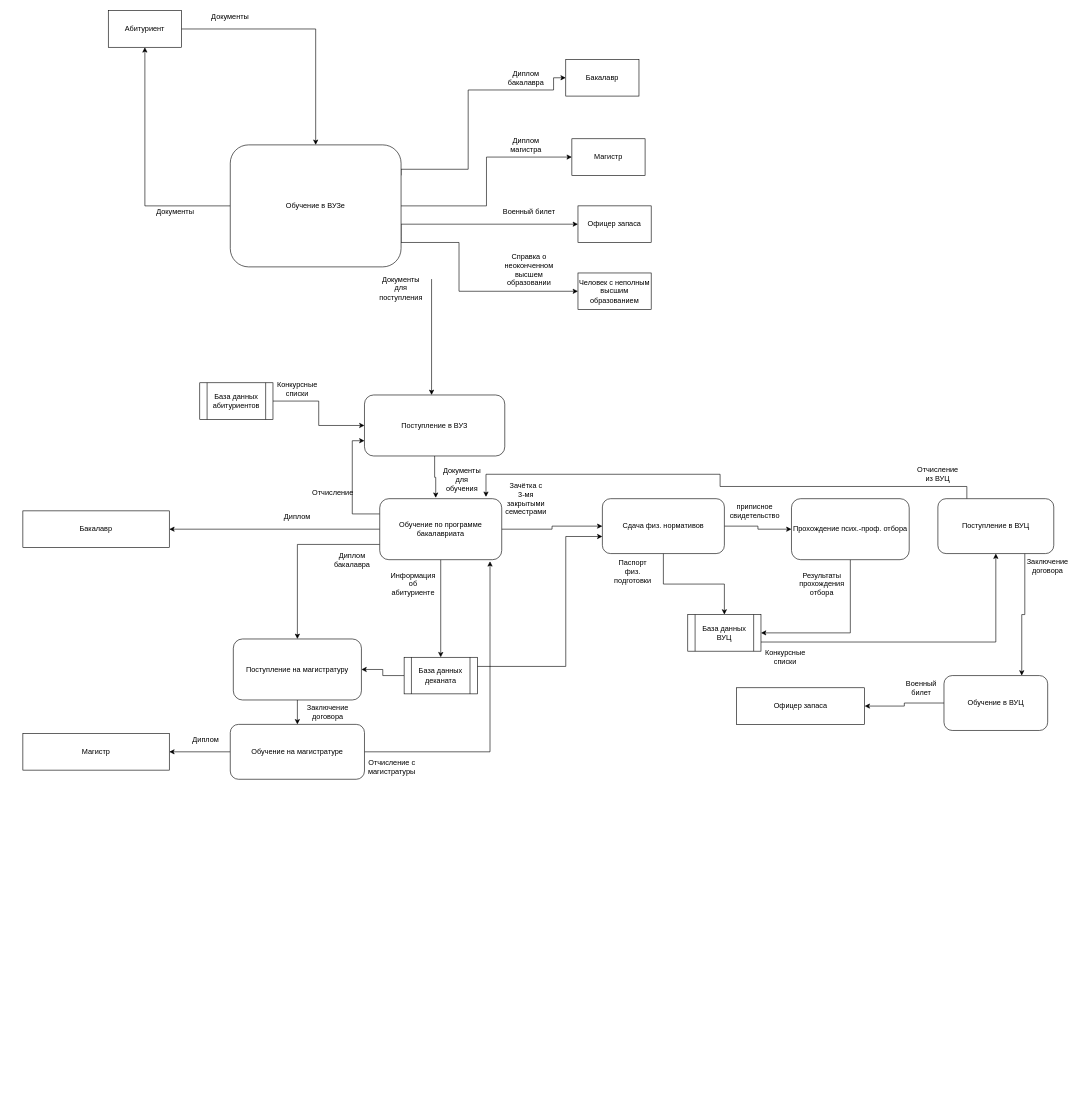
Earlier version of the draw.io diagram DFD.drawio (duxa2089/system-theory-and-system-analysis). Source tidied: cells renumbered, new cells numbered last; positions are measured from the earlier drawing's top-left corner, leaving out a move shared by most shapes. Both pictures are drawn from the tidied source at 61%, with x=0, y=0 at pixel (23, 10).
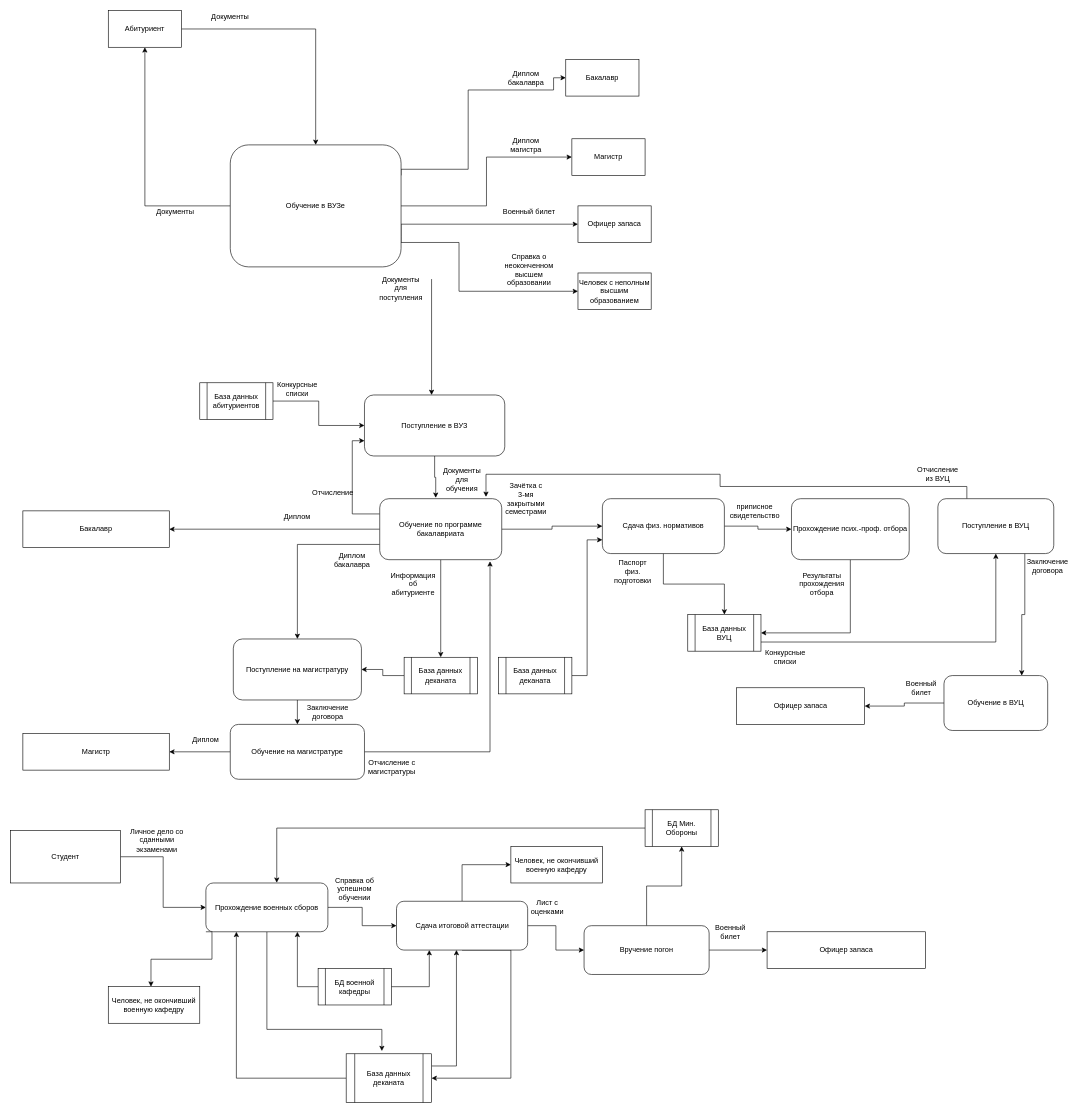
Above is the later version.

The change refers to these unchanged cells:
```xml
<mxCell id="18" value="База данных деканата" style="shape=process;whiteSpace=wrap;html=1;backgroundOutline=1;" parent="1" vertex="1">
  <mxGeometry x="625" y="1060" width="120" height="60" as="geometry" />
</mxCell>
<mxCell id="45" value="Сдача физ. нормативов" style="rounded=1;whiteSpace=wrap;html=1;" parent="1" vertex="1">
  <mxGeometry x="950" y="800" width="200" height="90" as="geometry" />
</mxCell>
```

Change to the diagram source:
```diff
@@
-    <mxCell id="16" style="edgeStyle=orthogonalEdgeStyle;rounded=0;jettySize=auto;html=1;exitX=1;exitY=0.25;exitDx=0;exitDy=0;" parent="1" edge="1" source="18">
-      <mxGeometry relative="1" as="geometry">
-        <mxPoint x="950" y="862" as="targetPoint" />
-        <Array as="points">
-          <mxPoint x="890" y="1075" />
-          <mxPoint x="890" y="862" />
-        </Array>
-      </mxGeometry>
-    </mxCell>
@@
+    <mxCell id="73" style="edgeStyle=orthogonalEdgeStyle;rounded=0;jettySize=auto;html=1;exitX=1;exitY=0.5;exitDx=0;exitDy=0;entryX=0;entryY=0.75;entryDx=0;entryDy=0;" parent="1" edge="1" source="74" target="45">
+      <mxGeometry relative="1" as="geometry" />
+    </mxCell>
+    <mxCell id="74" value="База данных деканата" style="shape=process;whiteSpace=wrap;html=1;backgroundOutline=1;" parent="1" vertex="1">
+      <mxGeometry x="780" y="1060" width="120" height="60" as="geometry" />
+    </mxCell>
+    <mxCell id="75" style="edgeStyle=orthogonalEdgeStyle;rounded=0;jettySize=auto;html=1;exitX=1;exitY=0.5;exitDx=0;exitDy=0;entryX=0;entryY=0.5;entryDx=0;entryDy=0;" parent="1" edge="1" source="76" target="80">
+      <mxGeometry relative="1" as="geometry" />
+    </mxCell>
+    <mxCell id="76" value="Студент" style="rounded=0;whiteSpace=wrap;html=1;" parent="1" vertex="1">
+      <mxGeometry x="-20" y="1344" width="180" height="86" as="geometry" />
+    </mxCell>
+    <mxCell id="77" style="edgeStyle=orthogonalEdgeStyle;rounded=0;jettySize=auto;html=1;exitX=1;exitY=0.5;exitDx=0;exitDy=0;" parent="1" edge="1" source="80" target="85">
+      <mxGeometry relative="1" as="geometry" />
+    </mxCell>
+    <mxCell id="78" style="edgeStyle=orthogonalEdgeStyle;rounded=0;jettySize=auto;html=1;exitX=0.5;exitY=1;exitDx=0;exitDy=0;entryX=0.418;entryY=-0.056;entryDx=0;entryDy=0;entryPerimeter=0;" parent="1" edge="1" source="80" target="93">
+      <mxGeometry relative="1" as="geometry">
+        <Array as="points">
+          <mxPoint x="400" y="1670" />
+          <mxPoint x="588" y="1670" />
+        </Array>
+      </mxGeometry>
+    </mxCell>
+    <mxCell id="79" style="edgeStyle=orthogonalEdgeStyle;rounded=0;jettySize=auto;html=1;exitX=0;exitY=1;exitDx=0;exitDy=0;" parent="1" edge="1" source="80">
+      <mxGeometry relative="1" as="geometry">
+        <mxPoint x="210" y="1600" as="targetPoint" />
+        <Array as="points">
+          <mxPoint x="310" y="1510" />
+          <mxPoint x="310" y="1555" />
+          <mxPoint x="210" y="1555" />
+        </Array>
+      </mxGeometry>
+    </mxCell>
+    <mxCell id="80" value="Прохождение военных сборов" style="rounded=1;whiteSpace=wrap;html=1;" parent="1" vertex="1">
+      <mxGeometry x="300" y="1430" width="200" height="80" as="geometry" />
+    </mxCell>
+    <mxCell id="81" value="Личное дело со сданными экзаменами" style="text;html=1;strokeColor=none;fillColor=none;align=center;verticalAlign=middle;whiteSpace=wrap;rounded=0;" parent="1" vertex="1">
+      <mxGeometry x="160" y="1350" width="120" height="20" as="geometry" />
+    </mxCell>
+    <mxCell id="82" style="edgeStyle=orthogonalEdgeStyle;rounded=0;jettySize=auto;html=1;exitX=1;exitY=0.5;exitDx=0;exitDy=0;entryX=0;entryY=0.5;entryDx=0;entryDy=0;" parent="1" edge="1" source="85" target="89">
+      <mxGeometry relative="1" as="geometry" />
+    </mxCell>
+    <mxCell id="83" style="edgeStyle=orthogonalEdgeStyle;rounded=0;jettySize=auto;html=1;exitX=0.5;exitY=1;exitDx=0;exitDy=0;entryX=1;entryY=0.5;entryDx=0;entryDy=0;" parent="1" edge="1" source="85" target="93">
+      <mxGeometry relative="1" as="geometry">
+        <Array as="points">
+          <mxPoint x="800" y="1540" />
+          <mxPoint x="800" y="1750" />
+        </Array>
+      </mxGeometry>
+    </mxCell>
+    <mxCell id="84" style="edgeStyle=orthogonalEdgeStyle;rounded=0;jettySize=auto;html=1;exitX=0.5;exitY=0;exitDx=0;exitDy=0;entryX=0;entryY=0.5;entryDx=0;entryDy=0;" parent="1" edge="1" source="85" target="98">
+      <mxGeometry relative="1" as="geometry" />
+    </mxCell>
+    <mxCell id="85" value="Сдача итоговой аттестации" style="rounded=1;whiteSpace=wrap;html=1;" parent="1" vertex="1">
+      <mxGeometry x="612.5" y="1460" width="215" height="80" as="geometry" />
+    </mxCell>
+    <mxCell id="86" value="Справка об успешном обучении" style="text;html=1;strokeColor=none;fillColor=none;align=center;verticalAlign=middle;whiteSpace=wrap;rounded=0;" parent="1" vertex="1">
+      <mxGeometry x="509" y="1430" width="70" height="20" as="geometry" />
+    </mxCell>
+    <mxCell id="87" style="edgeStyle=orthogonalEdgeStyle;rounded=0;jettySize=auto;html=1;exitX=0.5;exitY=0;exitDx=0;exitDy=0;entryX=0.5;entryY=1;entryDx=0;entryDy=0;" parent="1" edge="1" source="89" target="95">
+      <mxGeometry relative="1" as="geometry" />
+    </mxCell>
+    <mxCell id="88" style="edgeStyle=orthogonalEdgeStyle;rounded=0;jettySize=auto;html=1;exitX=1;exitY=0.5;exitDx=0;exitDy=0;entryX=0;entryY=0.5;entryDx=0;entryDy=0;" parent="1" edge="1" source="89" target="96">
+      <mxGeometry relative="1" as="geometry" />
+    </mxCell>
+    <mxCell id="89" value="Вручение погон" style="rounded=1;whiteSpace=wrap;html=1;" parent="1" vertex="1">
+      <mxGeometry x="920" y="1500" width="205" height="80" as="geometry" />
+    </mxCell>
+    <mxCell id="90" value="Лист с оценками" style="text;html=1;strokeColor=none;fillColor=none;align=center;verticalAlign=middle;whiteSpace=wrap;rounded=0;" parent="1" vertex="1">
+      <mxGeometry x="840" y="1460" width="40" height="20" as="geometry" />
+    </mxCell>
+    <mxCell id="91" style="edgeStyle=orthogonalEdgeStyle;rounded=0;jettySize=auto;html=1;exitX=0;exitY=0.5;exitDx=0;exitDy=0;entryX=0.25;entryY=1;entryDx=0;entryDy=0;" parent="1" edge="1" source="93" target="80">
+      <mxGeometry relative="1" as="geometry" />
+    </mxCell>
+    <mxCell id="92" style="edgeStyle=orthogonalEdgeStyle;rounded=0;jettySize=auto;html=1;exitX=1;exitY=0.25;exitDx=0;exitDy=0;entryX=0.457;entryY=0.998;entryDx=0;entryDy=0;entryPerimeter=0;" parent="1" edge="1" source="93" target="85">
+      <mxGeometry relative="1" as="geometry" />
+    </mxCell>
+    <mxCell id="93" value="База данных деканата" style="shape=process;whiteSpace=wrap;html=1;backgroundOutline=1;" parent="1" vertex="1">
+      <mxGeometry x="530" y="1710" width="140" height="80" as="geometry" />
+    </mxCell>
+    <mxCell id="94" style="edgeStyle=orthogonalEdgeStyle;rounded=0;jettySize=auto;html=1;exitX=0;exitY=0.5;exitDx=0;exitDy=0;entryX=0.581;entryY=-0.004;entryDx=0;entryDy=0;entryPerimeter=0;" parent="1" edge="1" source="95" target="80">
+      <mxGeometry relative="1" as="geometry" />
+    </mxCell>
+    <mxCell id="95" value="БД Мин. Обороны" style="shape=process;whiteSpace=wrap;html=1;backgroundOutline=1;" parent="1" vertex="1">
+      <mxGeometry x="1020" y="1310" width="120" height="60" as="geometry" />
+    </mxCell>
+    <mxCell id="96" value="Офицер запаса" style="rounded=0;whiteSpace=wrap;html=1;" parent="1" vertex="1">
+      <mxGeometry x="1220" y="1510" width="260" height="60" as="geometry" />
+    </mxCell>
+    <mxCell id="97" value="Военный билет" style="text;html=1;strokeColor=none;fillColor=none;align=center;verticalAlign=middle;whiteSpace=wrap;rounded=0;" parent="1" vertex="1">
+      <mxGeometry x="1140" y="1500" width="40" height="20" as="geometry" />
+    </mxCell>
+    <mxCell id="98" value="Человек, не окончивший военную кафедру" style="rounded=0;whiteSpace=wrap;html=1;" parent="1" vertex="1">
+      <mxGeometry x="800" y="1370" width="150" height="60" as="geometry" />
+    </mxCell>
+    <mxCell id="99" value="Человек, не окончивший военную кафедру" style="rounded=0;whiteSpace=wrap;html=1;" parent="1" vertex="1">
+      <mxGeometry x="140" y="1600" width="150" height="60" as="geometry" />
+    </mxCell>
+    <mxCell id="100" style="edgeStyle=orthogonalEdgeStyle;rounded=0;jettySize=auto;html=1;exitX=1;exitY=0.5;exitDx=0;exitDy=0;entryX=0.25;entryY=1;entryDx=0;entryDy=0;" parent="1" edge="1" source="102" target="85">
+      <mxGeometry relative="1" as="geometry" />
+    </mxCell>
+    <mxCell id="101" style="edgeStyle=orthogonalEdgeStyle;rounded=0;jettySize=auto;html=1;exitX=0;exitY=0.5;exitDx=0;exitDy=0;entryX=0.75;entryY=1;entryDx=0;entryDy=0;" parent="1" edge="1" source="102" target="80">
+      <mxGeometry relative="1" as="geometry" />
+    </mxCell>
+    <mxCell id="102" value="БД военной кафедры" style="shape=process;whiteSpace=wrap;html=1;backgroundOutline=1;" parent="1" vertex="1">
+      <mxGeometry x="484" y="1570" width="120" height="60" as="geometry" />
+    </mxCell>
```
